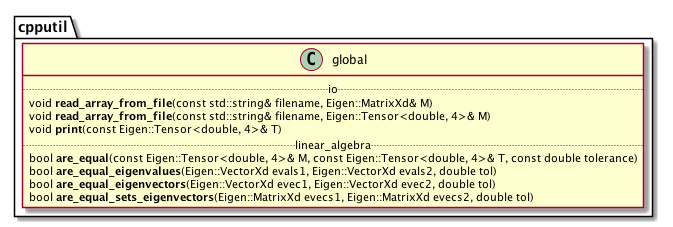
Earlier version of the PlantUML export docs/cpputil.png (matt-chan/cpputil).
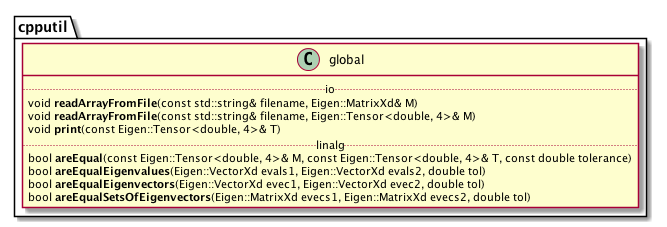
After the change.

What changed in the source:
```diff
@@ -5,14 +5,14 @@
 
     class global {
         .. io ..
-            void **read_array_from_file**(const std::string& filename, Eigen::MatrixXd& M)
-            void **read_array_from_file**(const std::string& filename, Eigen::Tensor<double, 4>& M)
+            void **readArrayFromFile**(const std::string& filename, Eigen::MatrixXd& M)
+            void **readArrayFromFile**(const std::string& filename, Eigen::Tensor<double, 4>& M)
             void **print**(const Eigen::Tensor<double, 4>& T)
-        .. linear_algebra ..
-            bool **are_equal**(const Eigen::Tensor<double, 4>& M, const Eigen::Tensor<double, 4>& T, const double tolerance)
-            bool **are_equal_eigenvalues**(Eigen::VectorXd evals1, Eigen::VectorXd evals2, double tol)
-            bool **are_equal_eigenvectors**(Eigen::VectorXd evec1, Eigen::VectorXd evec2, double tol)
-            bool **are_equal_sets_eigenvectors**(Eigen::MatrixXd evecs1, Eigen::MatrixXd evecs2, double tol)
+        .. linalg ..
+            bool **areEqual**(const Eigen::Tensor<double, 4>& M, const Eigen::Tensor<double, 4>& T, const double tolerance)
+            bool **areEqualEigenvalues**(Eigen::VectorXd evals1, Eigen::VectorXd evals2, double tol)
+            bool **areEqualEigenvectors**(Eigen::VectorXd evec1, Eigen::VectorXd evec2, double tol)
+            bool **areEqualSetsOfEigenvectors**(Eigen::MatrixXd evecs1, Eigen::MatrixXd evecs2, double tol)
     }
 
 }
```
